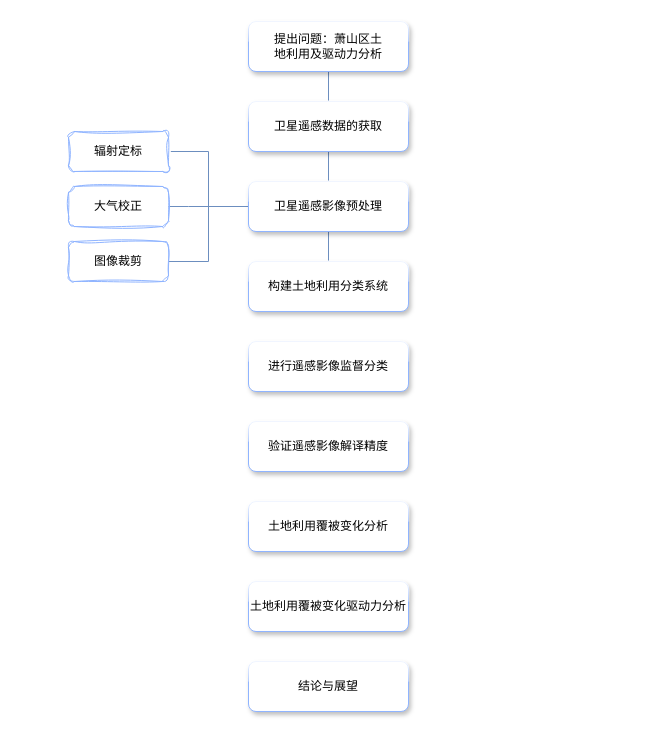
lexinhu/diagrams keeps this draw.io diagram as 杭州市萧山区.drawio. Above is the earlier version. Source tidied: cells renumbered, new cells numbered last; positions are measured from the earlier drawing's top-left corner, leaving out a move shared by most shapes. Both pictures are drawn from the tidied source at 100%, with x=0, y=0 at pixel (68, 21).
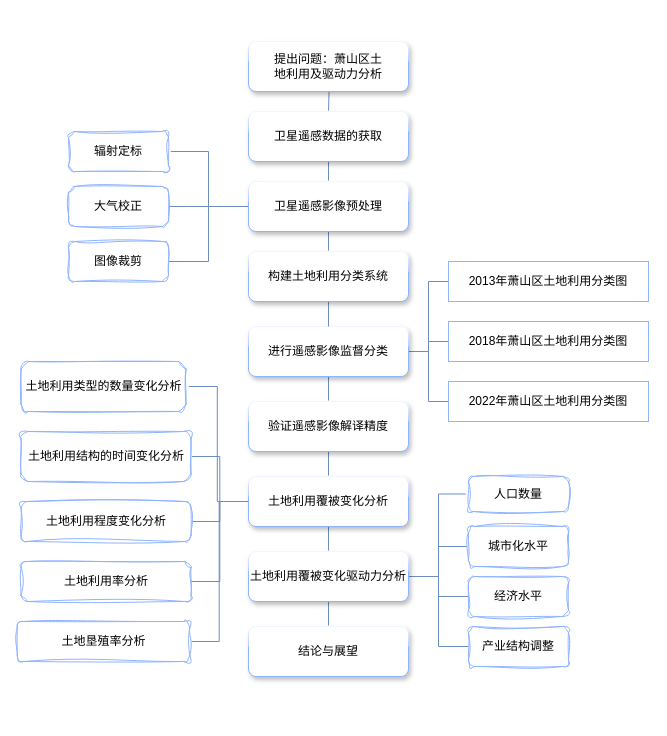
The same diagram, later.

Commit message (it also covers changes not shown here):
更新杭州市萧山区.drawio

The edit, as a diff of the source:
```diff
@@
     <mxCell id="4" value="&lt;div&gt;卫星遥感数据的获取&lt;/div&gt;" style="rounded=1;whiteSpace=wrap;html=1;fontSize=12;glass=1;strokeWidth=1;shadow=1;strokeColor=#8FB4FF;" parent="1" vertex="1">
-      <mxGeometry x="180" y="80" width="160" height="50" as="geometry" />
+      <mxGeometry x="180" y="90" width="160" height="50" as="geometry" />
     </mxCell>
     <mxCell id="5" value="&lt;div style=&quot;border-color: var(--border-color);&quot;&gt;提出问题：萧山区土&lt;/div&gt;&lt;div style=&quot;border-color: var(--border-color);&quot;&gt;地利用及驱动力分析&lt;/div&gt;" style="rounded=1;whiteSpace=wrap;html=1;fontSize=12;glass=1;strokeWidth=1;shadow=1;strokeColor=#8FB4FF;" parent="1" vertex="1">
-      <mxGeometry x="180" width="160" height="50" as="geometry" />
+      <mxGeometry x="180" y="20" width="160" height="50" as="geometry" />
     </mxCell>
@@
+    <mxCell id="20" style="edgeStyle=orthogonalEdgeStyle;shape=connector;rounded=0;jettySize=auto;html=1;labelBackgroundColor=default;strokeColor=#6c8ebf;align=center;verticalAlign=middle;fontFamily=Helvetica;fontSize=11;fontColor=default;endArrow=none;endFill=0;fillColor=#dae8fc;" parent="1" edge="1" source="12" target="16">
+      <mxGeometry relative="1" as="geometry" />
+    </mxCell>
+    <mxCell id="21" style="edgeStyle=orthogonalEdgeStyle;shape=connector;rounded=0;jettySize=auto;html=1;entryX=0;entryY=0.5;entryDx=0;entryDy=0;labelBackgroundColor=default;strokeColor=#6c8ebf;align=center;verticalAlign=middle;fontFamily=Helvetica;fontSize=11;fontColor=default;endArrow=none;endFill=0;fillColor=#dae8fc;" parent="1" edge="1" source="12" target="47">
+      <mxGeometry relative="1" as="geometry" />
+    </mxCell>
+    <mxCell id="22" style="edgeStyle=orthogonalEdgeStyle;shape=connector;rounded=0;jettySize=auto;html=1;entryX=0;entryY=0.5;entryDx=0;entryDy=0;labelBackgroundColor=default;strokeColor=#6c8ebf;align=center;verticalAlign=middle;fontFamily=Helvetica;fontSize=11;fontColor=default;endArrow=none;endFill=0;fillColor=#dae8fc;" parent="1" edge="1" source="12" target="46">
+      <mxGeometry relative="1" as="geometry" />
+    </mxCell>
+    <mxCell id="23" style="edgeStyle=orthogonalEdgeStyle;shape=connector;rounded=0;jettySize=auto;html=1;entryX=0;entryY=0.5;entryDx=0;entryDy=0;labelBackgroundColor=default;strokeColor=#6c8ebf;align=center;verticalAlign=middle;fontFamily=Helvetica;fontSize=11;fontColor=default;endArrow=none;endFill=0;fillColor=#dae8fc;" parent="1" edge="1" source="12" target="48">
+      <mxGeometry relative="1" as="geometry" />
+    </mxCell>
     <mxCell id="12" value="&lt;div&gt;进行遥感影像监督分&lt;span style=&quot;background-color: initial;&quot;&gt;类&lt;/span&gt;&lt;/div&gt;" style="rounded=1;whiteSpace=wrap;html=1;fontSize=12;glass=1;strokeWidth=1;shadow=1;strokeColor=#8FB4FF;" parent="1" vertex="1">
-      <mxGeometry x="180" y="320" width="160" height="50" as="geometry" />
+      <mxGeometry x="180" y="305" width="160" height="50" as="geometry" />
     </mxCell>
+    <mxCell id="24" style="edgeStyle=orthogonalEdgeStyle;shape=connector;rounded=0;jettySize=auto;html=1;labelBackgroundColor=default;strokeColor=#6c8ebf;align=center;verticalAlign=middle;fontFamily=Helvetica;fontSize=11;fontColor=default;endArrow=none;endFill=0;fillColor=#dae8fc;" parent="1" edge="1" source="13" target="12">
+      <mxGeometry relative="1" as="geometry" />
+    </mxCell>
     <mxCell id="13" value="&lt;div&gt;构建土地利用分类系&lt;span style=&quot;background-color: initial;&quot;&gt;统&lt;/span&gt;&lt;/div&gt;" style="rounded=1;whiteSpace=wrap;html=1;fontSize=12;glass=1;strokeWidth=1;shadow=1;strokeColor=#8FB4FF;" parent="1" vertex="1">
-      <mxGeometry x="180" y="240" width="160" height="50" as="geometry" />
+      <mxGeometry x="180" y="230" width="160" height="50" as="geometry" />
     </mxCell>
@@
+    <mxCell id="25" style="edgeStyle=orthogonalEdgeStyle;shape=connector;rounded=0;jettySize=auto;html=1;labelBackgroundColor=default;strokeColor=#6c8ebf;align=center;verticalAlign=middle;fontFamily=Helvetica;fontSize=11;fontColor=default;endArrow=none;endFill=0;fillColor=#dae8fc;" parent="1" edge="1" source="16" target="17">
+      <mxGeometry relative="1" as="geometry" />
+    </mxCell>
     <mxCell id="16" value="&lt;div&gt;验证遥感影像解译精&lt;span style=&quot;background-color: initial;&quot;&gt;度&lt;/span&gt;&lt;/div&gt;" style="rounded=1;whiteSpace=wrap;html=1;fontSize=12;glass=1;strokeWidth=1;shadow=1;strokeColor=#8FB4FF;" parent="1" vertex="1">
-      <mxGeometry x="180" y="400" width="160" height="50" as="geometry" />
+      <mxGeometry x="180" y="380" width="160" height="50" as="geometry" />
     </mxCell>
+    <mxCell id="26" style="edgeStyle=orthogonalEdgeStyle;shape=connector;rounded=0;jettySize=auto;html=1;entryX=1;entryY=0.5;entryDx=0;entryDy=0;labelBackgroundColor=default;strokeColor=#6c8ebf;align=center;verticalAlign=middle;fontFamily=Helvetica;fontSize=11;fontColor=default;endArrow=none;endFill=0;fillColor=#dae8fc;" parent="1" edge="1" source="17" target="41">
+      <mxGeometry relative="1" as="geometry" />
+    </mxCell>
+    <mxCell id="27" style="edgeStyle=orthogonalEdgeStyle;shape=connector;rounded=0;jettySize=auto;html=1;entryX=1;entryY=0.5;entryDx=0;entryDy=0;labelBackgroundColor=default;strokeColor=#6c8ebf;align=center;verticalAlign=middle;fontFamily=Helvetica;fontSize=11;fontColor=default;endArrow=none;endFill=0;fillColor=#dae8fc;" parent="1" edge="1" source="17" target="40">
+      <mxGeometry relative="1" as="geometry" />
+    </mxCell>
+    <mxCell id="28" style="edgeStyle=orthogonalEdgeStyle;shape=connector;rounded=0;jettySize=auto;html=1;entryX=1;entryY=0.5;entryDx=0;entryDy=0;labelBackgroundColor=default;strokeColor=#6c8ebf;align=center;verticalAlign=middle;fontFamily=Helvetica;fontSize=11;fontColor=default;endArrow=none;endFill=0;fillColor=#dae8fc;" parent="1" edge="1" source="17" target="39">
+      <mxGeometry relative="1" as="geometry" />
+    </mxCell>
+    <mxCell id="29" style="edgeStyle=orthogonalEdgeStyle;shape=connector;rounded=0;jettySize=auto;html=1;entryX=1;entryY=0.5;entryDx=0;entryDy=0;labelBackgroundColor=default;strokeColor=#6c8ebf;align=center;verticalAlign=middle;fontFamily=Helvetica;fontSize=11;fontColor=default;endArrow=none;endFill=0;fillColor=#dae8fc;" parent="1" edge="1" source="17" target="38">
+      <mxGeometry relative="1" as="geometry" />
+    </mxCell>
+    <mxCell id="30" style="edgeStyle=orthogonalEdgeStyle;shape=connector;rounded=0;jettySize=auto;html=1;entryX=1;entryY=0.5;entryDx=0;entryDy=0;labelBackgroundColor=default;strokeColor=#6c8ebf;align=center;verticalAlign=middle;fontFamily=Helvetica;fontSize=11;fontColor=default;endArrow=none;endFill=0;fillColor=#dae8fc;" parent="1" edge="1" source="17" target="37">
+      <mxGeometry relative="1" as="geometry" />
+    </mxCell>
+    <mxCell id="31" style="edgeStyle=orthogonalEdgeStyle;shape=connector;rounded=0;jettySize=auto;html=1;labelBackgroundColor=default;strokeColor=#6c8ebf;align=center;verticalAlign=middle;fontFamily=Helvetica;fontSize=11;fontColor=default;endArrow=none;endFill=0;fillColor=#dae8fc;" parent="1" edge="1" source="17" target="18">
+      <mxGeometry relative="1" as="geometry" />
+    </mxCell>
     <mxCell id="17" value="&lt;div&gt;土地利用覆被变化分&lt;span style=&quot;background-color: initial;&quot;&gt;析&lt;/span&gt;&lt;/div&gt;" style="rounded=1;whiteSpace=wrap;html=1;fontSize=12;glass=1;strokeWidth=1;shadow=1;strokeColor=#8FB4FF;" parent="1" vertex="1">
-      <mxGeometry x="180" y="480" width="160" height="50" as="geometry" />
+      <mxGeometry x="180" y="455" width="160" height="50" as="geometry" />
     </mxCell>
+    <mxCell id="32" style="edgeStyle=orthogonalEdgeStyle;shape=connector;rounded=0;jettySize=auto;html=1;entryX=0;entryY=0.5;entryDx=0;entryDy=0;labelBackgroundColor=default;strokeColor=#6c8ebf;align=center;verticalAlign=middle;fontFamily=Helvetica;fontSize=11;fontColor=default;endArrow=none;endFill=0;fillColor=#dae8fc;" parent="1" edge="1" source="18" target="44">
+      <mxGeometry relative="1" as="geometry" />
+    </mxCell>
+    <mxCell id="33" style="edgeStyle=orthogonalEdgeStyle;shape=connector;rounded=0;jettySize=auto;html=1;entryX=0;entryY=0.5;entryDx=0;entryDy=0;labelBackgroundColor=default;strokeColor=#6c8ebf;align=center;verticalAlign=middle;fontFamily=Helvetica;fontSize=11;fontColor=default;endArrow=none;endFill=0;fillColor=#dae8fc;" parent="1" edge="1" source="18" target="43">
+      <mxGeometry relative="1" as="geometry" />
+    </mxCell>
+    <mxCell id="34" style="edgeStyle=orthogonalEdgeStyle;shape=connector;rounded=0;jettySize=auto;html=1;entryX=0;entryY=0.5;entryDx=0;entryDy=0;labelBackgroundColor=default;strokeColor=#6c8ebf;align=center;verticalAlign=middle;fontFamily=Helvetica;fontSize=11;fontColor=default;endArrow=none;endFill=0;fillColor=#dae8fc;" parent="1" edge="1" source="18" target="42">
+      <mxGeometry relative="1" as="geometry" />
+    </mxCell>
+    <mxCell id="35" style="edgeStyle=orthogonalEdgeStyle;shape=connector;rounded=0;jettySize=auto;html=1;entryX=0;entryY=0.5;entryDx=0;entryDy=0;labelBackgroundColor=default;strokeColor=#6c8ebf;align=center;verticalAlign=middle;fontFamily=Helvetica;fontSize=11;fontColor=default;endArrow=none;endFill=0;fillColor=#dae8fc;" parent="1" edge="1" source="18" target="45">
+      <mxGeometry relative="1" as="geometry" />
+    </mxCell>
+    <mxCell id="36" style="edgeStyle=orthogonalEdgeStyle;shape=connector;rounded=0;jettySize=auto;html=1;labelBackgroundColor=default;strokeColor=#6c8ebf;align=center;verticalAlign=middle;fontFamily=Helvetica;fontSize=11;fontColor=default;endArrow=none;endFill=0;fillColor=#dae8fc;" parent="1" edge="1" source="18" target="19">
+      <mxGeometry relative="1" as="geometry" />
+    </mxCell>
     <mxCell id="18" value="&lt;div&gt;土地利用覆被变化驱&lt;span style=&quot;background-color: initial;&quot;&gt;动力分析&lt;/span&gt;&lt;/div&gt;" style="rounded=1;whiteSpace=wrap;html=1;fontSize=12;glass=1;strokeWidth=1;shadow=1;strokeColor=#8FB4FF;" parent="1" vertex="1">
-      <mxGeometry x="180" y="560" width="160" height="50" as="geometry" />
+      <mxGeometry x="180" y="530" width="160" height="50" as="geometry" />
     </mxCell>
     <mxCell id="19" value="结论与展望" style="rounded=1;whiteSpace=wrap;html=1;fontSize=12;glass=1;strokeWidth=1;shadow=1;strokeColor=#8FB4FF;" parent="1" vertex="1">
-      <mxGeometry x="180" y="640" width="160" height="50" as="geometry" />
+      <mxGeometry x="180" y="605" width="160" height="50" as="geometry" />
     </mxCell>
+    <mxCell id="37" value="&lt;div&gt;土地垦殖率分析&lt;/div&gt;" style="rounded=1;whiteSpace=wrap;html=1;fontSize=12;glass=0;strokeWidth=1;shadow=0;strokeColor=#8FB4FF;sketch=1;curveFitting=1;jiggle=2;" parent="1" vertex="1">
+      <mxGeometry x="-51.2" y="600" width="172.5" height="40" as="geometry" />
+    </mxCell>
+    <mxCell id="38" value="&lt;div&gt;土地利用率分析&lt;/div&gt;" style="rounded=1;whiteSpace=wrap;html=1;fontSize=12;glass=0;strokeWidth=1;shadow=0;strokeColor=#8FB4FF;sketch=1;curveFitting=1;jiggle=2;" parent="1" vertex="1">
+      <mxGeometry x="-47.5" y="540" width="170" height="40" as="geometry" />
+    </mxCell>
+    <mxCell id="39" value="&lt;div&gt;土地利用程度变化分&lt;span style=&quot;background-color: initial;&quot;&gt;析&lt;/span&gt;&lt;/div&gt;" style="rounded=1;whiteSpace=wrap;html=1;fontSize=12;glass=0;strokeWidth=1;shadow=0;strokeColor=#8FB4FF;sketch=1;curveFitting=1;jiggle=2;" parent="1" vertex="1">
+      <mxGeometry x="-47.5" y="480" width="170" height="40" as="geometry" />
+    </mxCell>
+    <mxCell id="40" value="&lt;div&gt;土地利用结构的时间&lt;span style=&quot;background-color: initial;&quot;&gt;变化分析&lt;/span&gt;&lt;/div&gt;" style="rounded=1;whiteSpace=wrap;html=1;fontSize=12;glass=0;strokeWidth=1;shadow=0;strokeColor=#8FB4FF;sketch=1;curveFitting=1;jiggle=2;" parent="1" vertex="1">
+      <mxGeometry x="-47.5" y="410" width="170" height="50" as="geometry" />
+    </mxCell>
+    <mxCell id="41" value="&lt;div&gt;土地利用类型的数量&lt;span style=&quot;background-color: initial;&quot;&gt;变化分析&lt;/span&gt;&lt;/div&gt;" style="rounded=1;whiteSpace=wrap;html=1;fontSize=12;glass=0;strokeWidth=1;shadow=0;strokeColor=#8FB4FF;sketch=1;curveFitting=1;jiggle=2;" parent="1" vertex="1">
+      <mxGeometry x="-47.5" y="340" width="165" height="50" as="geometry" />
+    </mxCell>
+    <mxCell id="42" value="经济水平" style="rounded=1;whiteSpace=wrap;html=1;fontSize=12;glass=0;strokeWidth=1;shadow=0;strokeColor=#8FB4FF;sketch=1;curveFitting=1;jiggle=2;" parent="1" vertex="1">
+      <mxGeometry x="400" y="555" width="100" height="40" as="geometry" />
+    </mxCell>
+    <mxCell id="43" value="城市化水平" style="rounded=1;whiteSpace=wrap;html=1;fontSize=12;glass=0;strokeWidth=1;shadow=0;strokeColor=#8FB4FF;sketch=1;curveFitting=1;jiggle=2;" parent="1" vertex="1">
+      <mxGeometry x="400" y="505" width="100" height="40" as="geometry" />
+    </mxCell>
+    <mxCell id="44" value="人口数量" style="rounded=1;whiteSpace=wrap;html=1;fontSize=12;glass=0;strokeWidth=1;shadow=0;strokeColor=#8FB4FF;sketch=1;curveFitting=1;jiggle=2;" parent="1" vertex="1">
+      <mxGeometry x="400" y="455" width="100" height="35" as="geometry" />
+    </mxCell>
+    <mxCell id="45" value="产业结构调整" style="rounded=1;whiteSpace=wrap;html=1;fontSize=12;glass=0;strokeWidth=1;shadow=0;strokeColor=#8FB4FF;sketch=1;curveFitting=1;jiggle=2;" parent="1" vertex="1">
+      <mxGeometry x="400" y="605" width="100" height="40" as="geometry" />
+    </mxCell>
+    <mxCell id="46" value="2013年萧山区土地利用分类图" style="rounded=0;whiteSpace=wrap;html=1;fontSize=12;glass=0;strokeWidth=1;shadow=0;strokeColor=#8FB4FF;" parent="1" vertex="1">
+      <mxGeometry x="380" y="240" width="200" height="40" as="geometry" />
+    </mxCell>
+    <mxCell id="47" value="2018年萧山区土地利用分类图" style="rounded=0;whiteSpace=wrap;html=1;fontSize=12;glass=0;strokeWidth=1;shadow=0;strokeColor=#8FB4FF;" parent="1" vertex="1">
+      <mxGeometry x="380" y="300" width="200" height="40" as="geometry" />
+    </mxCell>
+    <mxCell id="48" value="2022年萧山区土地利用分类图" style="rounded=0;whiteSpace=wrap;html=1;fontSize=12;glass=0;strokeWidth=1;shadow=0;strokeColor=#8FB4FF;" parent="1" vertex="1">
+      <mxGeometry x="380" y="360" width="200" height="40" as="geometry" />
+    </mxCell>
```
